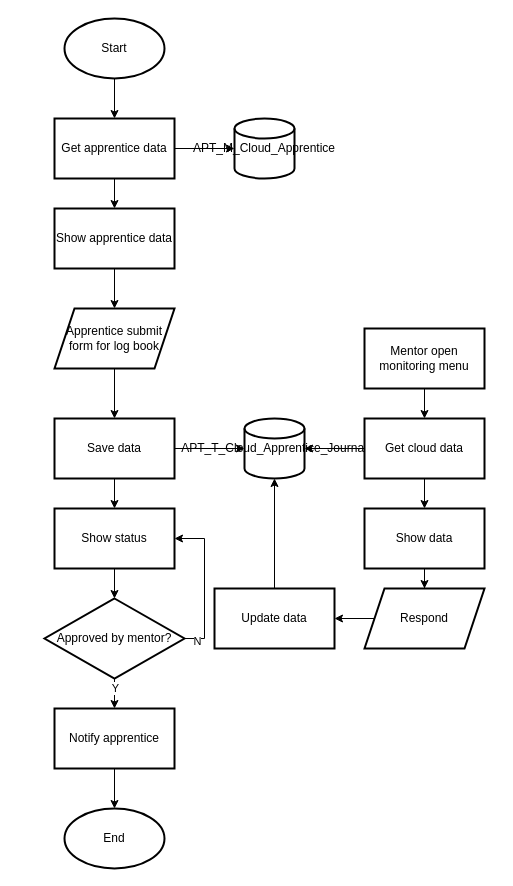
The draw.io diagram page "Apprentice Log Book Rev" (4 of 9) of Flowchart-pemagangan.drawio in IanEKu/Flowchart-Pemagangan, before the edit. Source tidied: cells renumbered, new cells numbered last; positions are measured from the earlier drawing's top-left corner, leaving out a move shared by most shapes. Both pictures are drawn from the tidied source at 100%, with x=0, y=0 at pixel (44, 18).
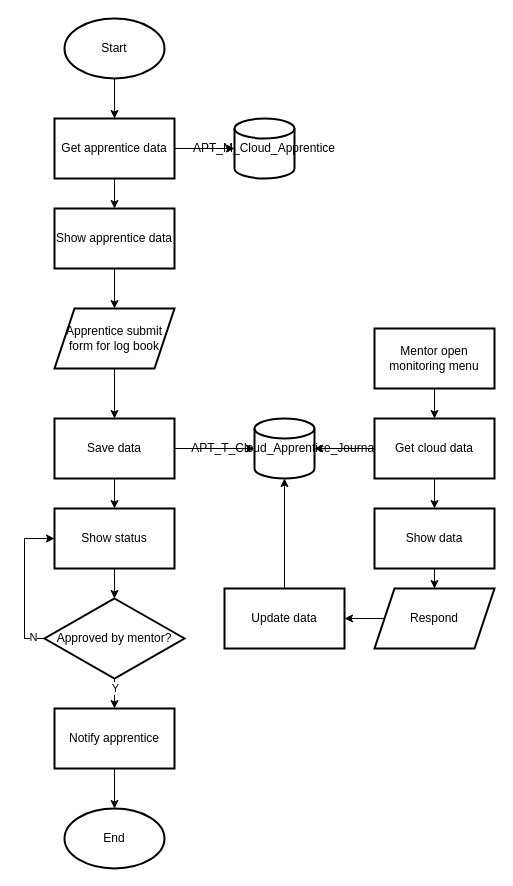
The same diagram, later.

Unchanged cells that the change refers to:
```xml
<mxCell id="22" value="Approved by mentor?" style="rhombus;whiteSpace=wrap;html=1;strokeWidth=2;" parent="1" vertex="1">
  <mxGeometry y="580" width="140" height="80" as="geometry" />
</mxCell>
<mxCell id="24" value="Show status" style="whiteSpace=wrap;html=1;strokeWidth=2;" parent="1" vertex="1">
  <mxGeometry x="10" y="490" width="120" height="60" as="geometry" />
</mxCell>
```

The edit, as a diff of the source:
```diff
@@
     <mxCell id="15" value="APT_T_Cloud_Apprentice_Journal" style="strokeWidth=2;html=1;shape=mxgraph.flowchart.database;whiteSpace=wrap;align=center;" parent="1" vertex="1">
-      <mxGeometry x="200" y="400" width="60" height="60" as="geometry" />
+      <mxGeometry x="210" y="400" width="60" height="60" as="geometry" />
     </mxCell>
@@
-    <mxCell id="20" style="edgeStyle=orthogonalEdgeStyle;rounded=0;jettySize=auto;html=1;exitX=1;exitY=0.5;exitDx=0;exitDy=0;entryX=1;entryY=0.5;entryDx=0;entryDy=0;" parent="1" edge="1" source="22" target="24">
-      <mxGeometry relative="1" as="geometry" />
+    <mxCell id="20" style="edgeStyle=orthogonalEdgeStyle;rounded=0;jettySize=auto;html=1;exitX=0;exitY=0.5;exitDx=0;exitDy=0;entryX=0;entryY=0.5;entryDx=0;entryDy=0;" parent="1" edge="1" source="22" target="24">
+      <mxGeometry relative="1" as="geometry">
+        <Array as="points">
+          <mxPoint x="-20" y="620" />
+          <mxPoint x="-20" y="520" />
+        </Array>
+      </mxGeometry>
     </mxCell>
@@
     <mxCell id="27" value="Mentor open monitoring menu" style="whiteSpace=wrap;html=1;strokeWidth=2;" parent="1" vertex="1">
-      <mxGeometry x="320" y="310" width="120" height="60" as="geometry" />
+      <mxGeometry x="330" y="310" width="120" height="60" as="geometry" />
     </mxCell>
     <mxCell id="28" style="edgeStyle=orthogonalEdgeStyle;rounded=0;jettySize=auto;html=1;" parent="1" edge="1" source="30">
       <mxGeometry relative="1" as="geometry">
-        <mxPoint x="260" y="430" as="targetPoint" />
+        <mxPoint x="270" y="430" as="targetPoint" />
       </mxGeometry>
     </mxCell>
@@
     <mxCell id="30" value="Get cloud data" style="whiteSpace=wrap;html=1;strokeWidth=2;" parent="1" vertex="1">
-      <mxGeometry x="320" y="400" width="120" height="60" as="geometry" />
+      <mxGeometry x="330" y="400" width="120" height="60" as="geometry" />
     </mxCell>
@@
     <mxCell id="32" value="Show data" style="whiteSpace=wrap;html=1;strokeWidth=2;" parent="1" vertex="1">
-      <mxGeometry x="320" y="490" width="120" height="60" as="geometry" />
+      <mxGeometry x="330" y="490" width="120" height="60" as="geometry" />
     </mxCell>
@@
     <mxCell id="34" value="Respond" style="shape=parallelogram;perimeter=parallelogramPerimeter;whiteSpace=wrap;html=1;fixedSize=1;strokeWidth=2;" parent="1" vertex="1">
-      <mxGeometry x="320" y="570" width="120" height="60" as="geometry" />
+      <mxGeometry x="330" y="570" width="120" height="60" as="geometry" />
     </mxCell>
     <mxCell id="35" style="edgeStyle=orthogonalEdgeStyle;rounded=0;jettySize=auto;html=1;exitX=0.5;exitY=0;exitDx=0;exitDy=0;" parent="1" edge="1" source="36">
       <mxGeometry relative="1" as="geometry">
-        <mxPoint x="230" y="460" as="targetPoint" />
+        <mxPoint x="240" y="460" as="targetPoint" />
       </mxGeometry>
     </mxCell>
     <mxCell id="36" value="Update data" style="whiteSpace=wrap;html=1;strokeWidth=2;" parent="1" vertex="1">
-      <mxGeometry x="170" y="570" width="120" height="60" as="geometry" />
+      <mxGeometry x="180" y="570" width="120" height="60" as="geometry" />
     </mxCell>
```
